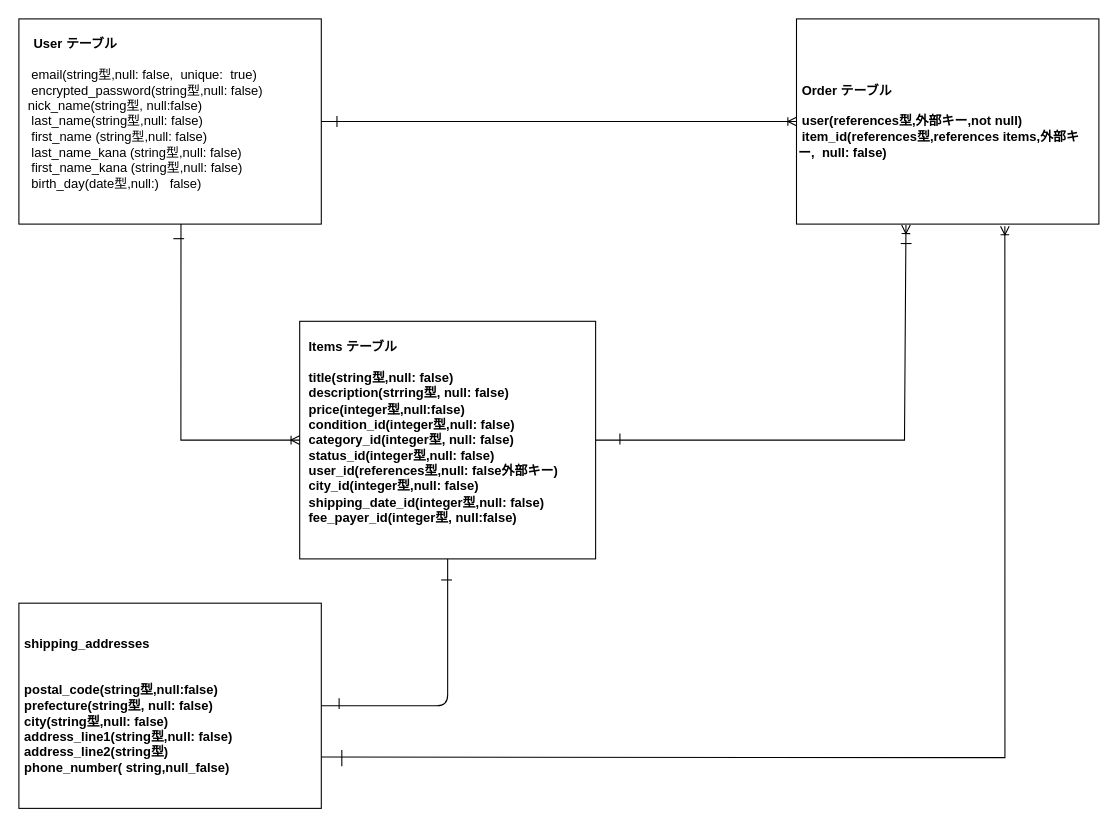
This is ER.dio from chanhito05/furima-40239, a draw.io file, before an edit. Source tidied: cells renumbered, new cells numbered last; positions are measured from the earlier drawing's top-left corner, leaving out a move shared by most shapes. Both pictures are drawn from the tidied source at 108%, with x=0, y=0 at pixel (18, 18).
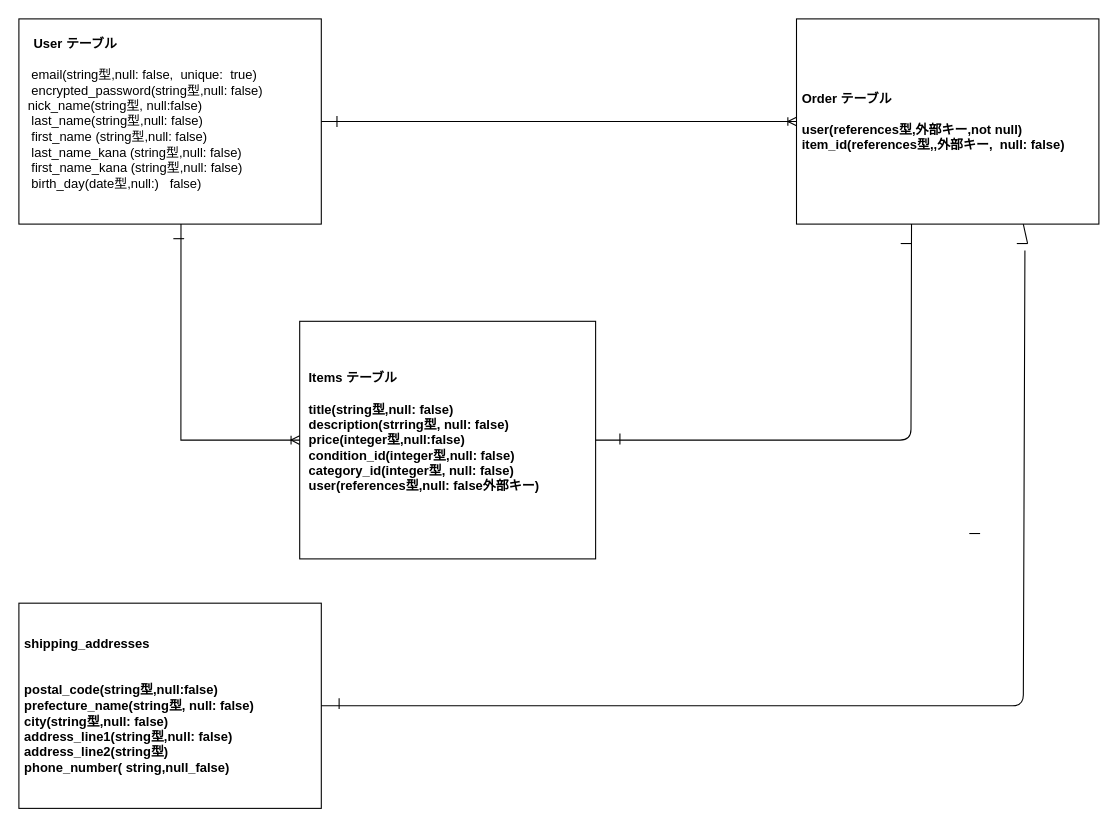
The same page after the edit.

Change to the diagram source:
```diff
@@
-    <mxCell id="3" value="&lt;b&gt;&amp;nbsp; Items テーブル&lt;br&gt;&lt;br&gt;&amp;nbsp; title(string型,null: false)&lt;br&gt;&amp;nbsp; description(strring型, null: false)&lt;br&gt;&amp;nbsp; price(integer型,null:false)&lt;br&gt;&amp;nbsp; condition_id(integer型,null: false)&lt;br&gt;&amp;nbsp; category_id(integer型, null: false)&lt;br&gt;&amp;nbsp; status_id(integer型,null: false)&lt;br&gt;&amp;nbsp; user_id(references型,null: false外部キー)&lt;br&gt;&amp;nbsp; city_id(integer型,null: false)&lt;br&gt;&amp;nbsp; shipping_date_id(integer型,null: false)&lt;br&gt;&amp;nbsp; fee_payer_id(integer型, null:false)&lt;br&gt;&lt;br&gt;&lt;/b&gt;" style="rounded=0;whiteSpace=wrap;html=1;align=left;" parent="1" vertex="1">
+    <mxCell id="3" value="&lt;b&gt;&amp;nbsp; Items テーブル&lt;br&gt;&lt;br&gt;&amp;nbsp; title(string型,null: false)&lt;br&gt;&amp;nbsp; description(strring型, null: false)&lt;br&gt;&amp;nbsp; price(integer型,null:false)&lt;br&gt;&amp;nbsp; condition_id(integer型,null: false)&lt;br&gt;&amp;nbsp; category_id(integer型, null: false)&lt;br&gt;&amp;nbsp; user(references型,null: false外部キー)&lt;br&gt;&lt;br&gt;&lt;/b&gt;" style="rounded=0;whiteSpace=wrap;html=1;align=left;" parent="1" vertex="1">
       <mxGeometry x="260" y="280" width="274" height="220" as="geometry" />
     </mxCell>
-    <mxCell id="4" value="&lt;b&gt;&amp;nbsp;Order テーブル&lt;br&gt;&amp;nbsp;&lt;br&gt;&amp;nbsp;user(references型,外部キー,not null)&lt;br&gt;&amp;nbsp;item_id(references型,references items,外部キー,&amp;nbsp; null: false)&lt;br&gt;&lt;/b&gt;" style="rounded=0;whiteSpace=wrap;html=1;align=left;" parent="1" vertex="1">
+    <mxCell id="4" value="&lt;b&gt;&amp;nbsp;Order テーブル&lt;br&gt;&amp;nbsp;&lt;br&gt;&amp;nbsp;user(references型,外部キー,not null)&lt;br&gt;&amp;nbsp;item_id(references型,,外部キー,&amp;nbsp; null: false)&lt;br&gt;&lt;/b&gt;" style="rounded=0;whiteSpace=wrap;html=1;align=left;" parent="1" vertex="1">
       <mxGeometry x="720" width="280" height="190" as="geometry" />
     </mxCell>
-    <mxCell id="5" value="&lt;br&gt;" style="line;strokeWidth=1;direction=north;html=1;rounded=0;" parent="1" vertex="1">
-      <mxGeometry x="269" y="677" width="60" height="15" as="geometry" />
-    </mxCell>
@@
-    <mxCell id="10" value="&lt;b&gt;&amp;nbsp;shipping_addresses&lt;br&gt;&lt;br&gt;&lt;br&gt;&amp;nbsp;postal_code(string型,null:false)&lt;br&gt;&amp;nbsp;prefecture(string型, null: false)&lt;br&gt;&amp;nbsp;city(string型,null: false)&lt;br&gt;&amp;nbsp;address_line1(string型,null: false)&lt;br&gt;&amp;nbsp;address_line2(string型)&lt;br&gt;&amp;nbsp;phone_number( string,null_false)&lt;br&gt;&lt;/b&gt;" style="rounded=0;whiteSpace=wrap;html=1;align=left;" parent="1" vertex="1">
+    <mxCell id="10" value="&lt;b&gt;&amp;nbsp;shipping_addresses&lt;br&gt;&lt;br&gt;&lt;br&gt;&amp;nbsp;postal_code(string型,null:false)&lt;br&gt;&amp;nbsp;prefecture_name(string型, null: false)&lt;br&gt;&amp;nbsp;city(string型,null: false)&lt;br&gt;&amp;nbsp;address_line1(string型,null: false)&lt;br&gt;&amp;nbsp;address_line2(string型)&lt;br&gt;&amp;nbsp;phone_number( string,null_false)&lt;br&gt;&lt;/b&gt;" style="rounded=0;whiteSpace=wrap;html=1;align=left;" parent="1" vertex="1">
       <mxGeometry y="541" width="280" height="190" as="geometry" />
     </mxCell>
     <mxCell id="11" style="line;strokeWidth=1;direction=west;html=1;rounded=0;" parent="1" vertex="1">
-      <mxGeometry x="391" y="513" width="10" height="13" as="geometry" />
+      <mxGeometry x="880" y="470" width="10" height="13" as="geometry" />
     </mxCell>
@@
-    <mxCell id="13" style="endArrow=none;html=1;exitX=1;exitY=0.5;exitDx=0;exitDy=0;entryX=0.5;entryY=1;entryDx=0;entryDy=0;" parent="1" edge="1" source="10" target="3">
-      <mxGeometry relative="1" as="geometry">
-        <Array as="points">
-          <mxPoint x="397" y="636" />
-        </Array>
-      </mxGeometry>
+    <mxCell id="13" style="endArrow=none;html=1;exitX=1;exitY=0.5;exitDx=0;exitDy=0;entryX=0.75;entryY=1;entryDx=0;entryDy=0;startArrow=none;" parent="1" edge="1" source="20" target="4">
+      <mxGeometry relative="1" as="geometry" />
     </mxCell>
@@
-    <mxCell id="15" style="fontSize=12;html=1;endArrow=ERoneToMany;exitX=1;exitY=0.75;exitDx=0;exitDy=0;rounded=0;entryX=0.689;entryY=1.01;entryDx=0;entryDy=0;entryPerimeter=0;" parent="1" edge="1" source="10" target="4">
-      <mxGeometry relative="1" as="geometry">
-        <Array as="points">
-          <mxPoint x="913" y="684" />
-        </Array>
-      </mxGeometry>
-    </mxCell>
-    <mxCell id="16" style="fontSize=12;html=1;endArrow=ERoneToMany;exitX=1;exitY=0.5;exitDx=0;exitDy=0;rounded=0;entryX=0.362;entryY=1.004;entryDx=0;entryDy=0;entryPerimeter=0;" parent="1" edge="1" source="3" target="4">
-      <mxGeometry relative="1" as="geometry">
-        <Array as="points">
-          <mxPoint x="820" y="390" />
-        </Array>
-      </mxGeometry>
-    </mxCell>
@@
+    <mxCell id="18" style="endArrow=none;html=1;exitX=1;exitY=0.5;exitDx=0;exitDy=0;entryX=0.5;entryY=1;entryDx=0;entryDy=0;" parent="1" edge="1" source="3">
+      <mxGeometry relative="1" as="geometry">
+        <mxPoint x="826.5" y="190" as="targetPoint" />
+        <Array as="points">
+          <mxPoint x="826" y="390" />
+        </Array>
+      </mxGeometry>
+    </mxCell>
+    <mxCell id="19" style="endArrow=none;html=1;exitX=1;exitY=0.5;exitDx=0;exitDy=0;entryX=0.75;entryY=1;entryDx=0;entryDy=0;" parent="1" edge="1" source="10" target="20">
+      <mxGeometry relative="1" as="geometry">
+        <Array as="points">
+          <mxPoint x="397" y="636" />
+          <mxPoint x="930" y="636" />
+        </Array>
+      </mxGeometry>
+    </mxCell>
+    <mxCell id="20" style="line;strokeWidth=1;direction=east;html=1;rounded=0;" parent="1" vertex="1">
+      <mxGeometry x="924" y="201.5" width="10" height="13" as="geometry" />
+    </mxCell>
```
